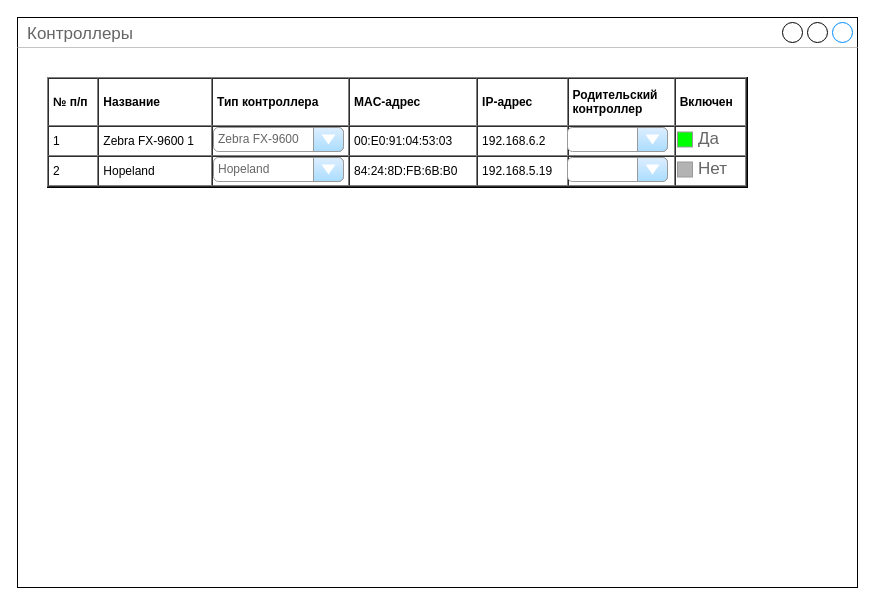
This is Экранная форма Контроллеры.drawio from tvolodi/abitech, a draw.io file, before an edit. Source tidied: cells renumbered, new cells numbered last; positions are measured from the earlier drawing's top-left corner, leaving out a move shared by most shapes. Both pictures are drawn from the tidied source at 100%, with x=0, y=0 at pixel (17, 17).
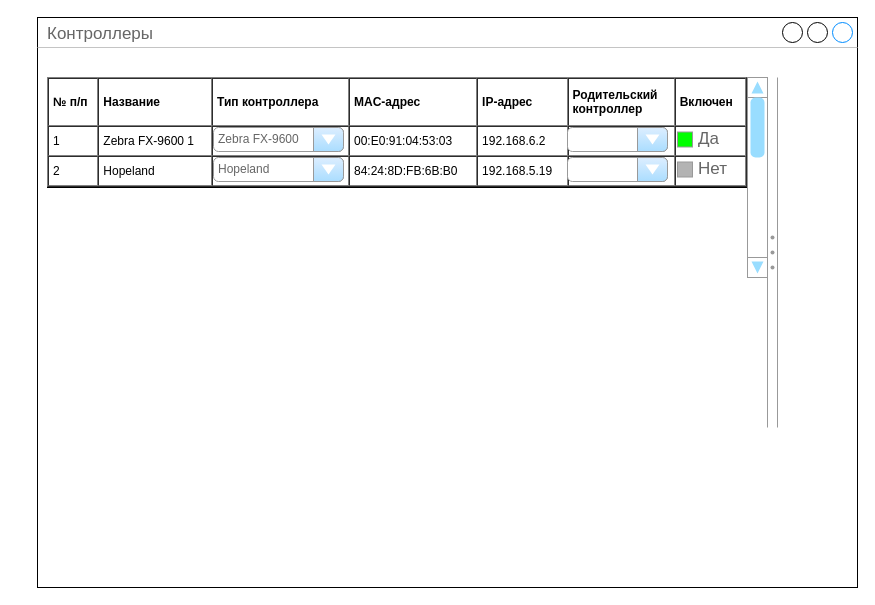
The same diagram, later.

Change to the diagram source:
```diff
@@
 <mxGraphModel>
   <root>
     <mxCell id="0" />
     <mxCell id="1" parent="0" />
     <mxCell id="2" value="Контроллеры" style="strokeWidth=1;shadow=0;dashed=0;align=center;html=1;shape=mxgraph.mockup.containers.window;align=left;verticalAlign=top;spacingLeft=8;strokeColor2=#008cff;strokeColor3=#c4c4c4;fontColor=#666666;mainText=;fontSize=17;labelBackgroundColor=none;" parent="1" vertex="1">
-      <mxGeometry width="840" height="570" as="geometry" />
+      <mxGeometry x="20" width="820" height="570" as="geometry" />
     </mxCell>
     <mxCell id="3" value="&lt;table cellpadding=&quot;4&quot; cellspacing=&quot;0&quot; border=&quot;1&quot; style=&quot;font-size:1em;width:100%;height:100%;&quot;&gt;&lt;tbody&gt;&lt;tr&gt;&lt;td&gt;&lt;b&gt;№ п/п&lt;/b&gt;&lt;/td&gt;&lt;th&gt;Название&lt;/th&gt;&lt;td&gt;&lt;b&gt;Тип контроллера&amp;nbsp; &amp;nbsp;&lt;/b&gt;&lt;/td&gt;&lt;th&gt;MAC-адрес&lt;br&gt;&lt;/th&gt;&lt;td&gt;&lt;b&gt;IP-адрес&lt;/b&gt;&lt;/td&gt;&lt;td&gt;&lt;b&gt;Родительский&lt;br&gt;контроллер&lt;/b&gt;&lt;/td&gt;&lt;td&gt;&lt;b&gt;Включен&lt;/b&gt;&lt;/td&gt;&lt;/tr&gt;&lt;tr&gt;&lt;td&gt;1&lt;/td&gt;&lt;td&gt;Zebra FX-9600 1&lt;/td&gt;&lt;td&gt;&lt;br&gt;&lt;/td&gt;&lt;td&gt;00:E0:91:04:53:03&lt;/td&gt;&lt;td&gt;192.168.6.2&lt;br&gt;&lt;/td&gt;&lt;td&gt;&lt;br&gt;&lt;/td&gt;&lt;td&gt;&lt;br&gt;&lt;/td&gt;&lt;/tr&gt;&lt;tr&gt;&lt;td&gt;2&lt;/td&gt;&lt;td&gt;Hopeland&lt;/td&gt;&lt;td&gt;&lt;br&gt;&lt;/td&gt;&lt;td&gt;84:24:8D:FB:6B:B0&lt;/td&gt;&lt;td&gt;192.168.5.19&lt;br&gt;&lt;/td&gt;&lt;td&gt;&lt;br&gt;&lt;/td&gt;&lt;td&gt;&lt;br&gt;&lt;/td&gt;&lt;/tr&gt;&lt;/tbody&gt;&lt;/table&gt; " style="verticalAlign=top;align=left;overflow=fill;fontSize=12;fontFamily=Helvetica;html=1;" parent="1" vertex="1">
       <mxGeometry x="30" y="60" width="700" height="110" as="geometry" />
     </mxCell>
     <mxCell id="4" value="Zebra FX-9600" style="strokeWidth=1;shadow=0;dashed=0;align=center;html=1;shape=mxgraph.mockup.forms.comboBox;strokeColor=#999999;fillColor=#ddeeff;align=left;fillColor2=#aaddff;mainText=;fontColor=#666666;fontSize=12;spacingLeft=3;" parent="1" vertex="1">
       <mxGeometry x="196" y="110" width="130" height="24" as="geometry" />
     </mxCell>
     <mxCell id="5" value="Hopeland" style="strokeWidth=1;shadow=0;dashed=0;align=center;html=1;shape=mxgraph.mockup.forms.comboBox;strokeColor=#999999;fillColor=#ddeeff;align=left;fillColor2=#aaddff;mainText=;fontColor=#666666;fontSize=12;spacingLeft=3;" parent="1" vertex="1">
       <mxGeometry x="196" y="140" width="130" height="24" as="geometry" />
     </mxCell>
     <mxCell id="6" style="strokeWidth=1;shadow=0;dashed=0;align=center;html=1;shape=mxgraph.mockup.forms.comboBox;strokeColor=#999999;fillColor=#ddeeff;align=left;fillColor2=#aaddff;mainText=;fontColor=#666666;fontSize=12;spacingLeft=3;" parent="1" vertex="1">
       <mxGeometry x="550" y="110" width="100" height="24" as="geometry" />
     </mxCell>
     <mxCell id="7" style="strokeWidth=1;shadow=0;dashed=0;align=center;html=1;shape=mxgraph.mockup.forms.comboBox;strokeColor=#999999;fillColor=#ddeeff;align=left;fillColor2=#aaddff;mainText=;fontColor=#666666;fontSize=12;spacingLeft=3;" parent="1" vertex="1">
       <mxGeometry x="550" y="140" width="100" height="24" as="geometry" />
     </mxCell>
     <mxCell id="8" value="Да" style="strokeWidth=1;shadow=0;dashed=0;align=center;html=1;shape=mxgraph.mockup.forms.rrect;rSize=0;fillColor=#00FF00;strokeColor=#999999;gradientColor=none;align=left;spacingLeft=4;fontSize=17;fontColor=#666666;labelPosition=right;" parent="1" vertex="1">
       <mxGeometry x="660" y="114.5" width="15" height="15" as="geometry" />
     </mxCell>
     <mxCell id="9" value="Нет" style="strokeWidth=1;shadow=0;dashed=0;align=center;html=1;shape=mxgraph.mockup.forms.rrect;rSize=0;fillColor=#B3B3B3;strokeColor=#999999;gradientColor=none;align=left;spacingLeft=4;fontSize=17;fontColor=#666666;labelPosition=right;" parent="1" vertex="1">
       <mxGeometry x="660" y="144.5" width="15" height="15" as="geometry" />
     </mxCell>
+    <mxCell id="10" style="verticalLabelPosition=bottom;shadow=0;dashed=0;align=center;html=1;verticalAlign=top;strokeWidth=1;shape=mxgraph.mockup.forms.splitter;strokeColor=#999999;direction=north;fontSize=12;fillColor=#FFFFFF;gradientColor=none;" parent="1" vertex="1">
+      <mxGeometry x="750" y="60" width="10" height="350" as="geometry" />
+    </mxCell>
+    <mxCell id="11" style="verticalLabelPosition=bottom;shadow=0;dashed=0;align=center;html=1;verticalAlign=top;strokeWidth=1;shape=mxgraph.mockup.navigation.scrollBar;strokeColor=#999999;barPos=100;fillColor2=#99ddff;strokeColor2=none;direction=north;fontSize=12;fillColor=#FFFFFF;gradientColor=none;" parent="1" vertex="1">
+      <mxGeometry x="730" y="60" width="20" height="200" as="geometry" />
+    </mxCell>
   </root>
 </mxGraphModel>
```
